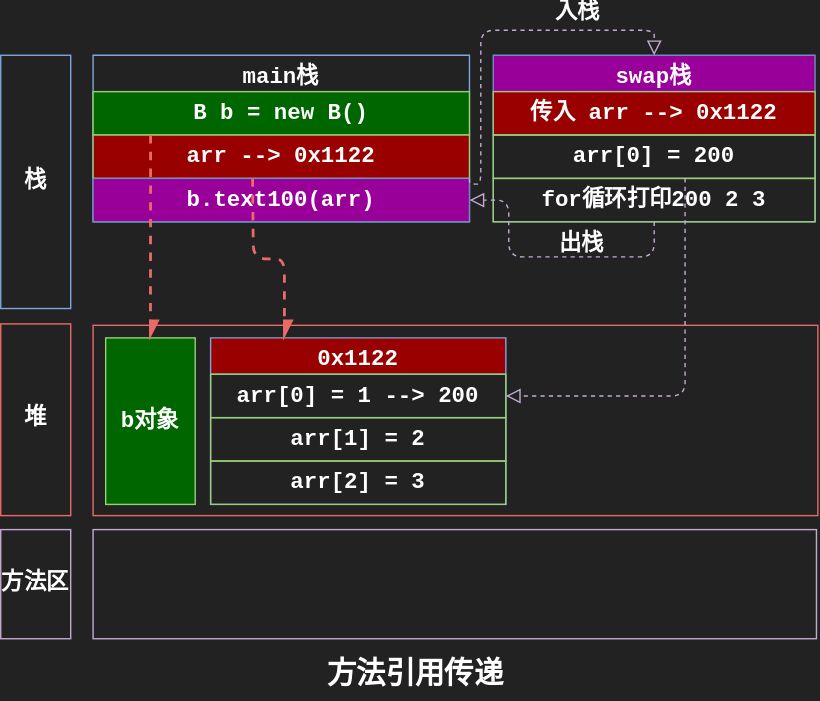
Earlier version of the draw.io export drawio/MethodParameterPassByRef.svg (Stolorzs/Picgo). Source tidied: cells renumbered, new cells last; positions are measured from the earlier drawing's top-left corner, leaving out a move shared by most shapes. Its diagram source:
```xml
<mxGraphModel background="#222222">
  <root>
    <mxCell id="0" />
    <mxCell id="1" parent="0" />
    <mxCell id="2" value="&lt;font color=&quot;#ffffff&quot;&gt;&lt;span style=&quot;font-size: 16px;&quot;&gt;main栈&lt;/span&gt;&lt;/font&gt;" style="swimlane;fontStyle=1;align=center;verticalAlign=top;horizontal=1;startSize=26;whiteSpace=wrap;html=1;fontFamily=Courier New;fontSize=12;fontColor=default;labelBackgroundColor=none;strokeColor=#7EA6E0;fillColor=none;" parent="1" vertex="1">
      <mxGeometry x="66" y="18" width="269" height="119" as="geometry" />
    </mxCell>
    <mxCell id="3" value="&lt;font color=&quot;#ffffff&quot;&gt;&lt;span style=&quot;font-size: 16px;&quot;&gt;B b = new B()&lt;/span&gt;&lt;/font&gt;" style="rounded=0;whiteSpace=wrap;html=1;strokeColor=#97D077;align=center;verticalAlign=top;fontFamily=Courier New;fontSize=12;fontColor=default;fontStyle=1;labelBackgroundColor=none;fillColor=#006600;" parent="2" vertex="1">
      <mxGeometry y="26" width="269" height="31" as="geometry" />
    </mxCell>
    <mxCell id="4" value="&lt;font color=&quot;#ffffff&quot;&gt;&lt;span style=&quot;font-size: 16px;&quot;&gt;arr --&amp;gt; 0x1122&lt;/span&gt;&lt;/font&gt;" style="rounded=0;whiteSpace=wrap;html=1;strokeColor=#97D077;align=center;verticalAlign=top;fontFamily=Courier New;fontSize=12;fontColor=default;fontStyle=1;labelBackgroundColor=none;fillColor=#990000;" parent="2" vertex="1">
      <mxGeometry y="57" width="269" height="31" as="geometry" />
    </mxCell>
    <mxCell id="5" value="&lt;font color=&quot;#ffffff&quot;&gt;&lt;span style=&quot;font-size: 16px;&quot;&gt;b.text100(arr)&lt;/span&gt;&lt;/font&gt;" style="rounded=0;whiteSpace=wrap;html=1;strokeColor=#6c8ebf;align=center;verticalAlign=top;fontFamily=Courier New;fontSize=12;fontStyle=1;labelBackgroundColor=none;fillColor=#990099;" parent="2" vertex="1">
      <mxGeometry y="88" width="269" height="31" as="geometry" />
    </mxCell>
    <mxCell id="6" value="&lt;font color=&quot;#ffffff&quot;&gt;&lt;span style=&quot;font-size: 16px;&quot;&gt;栈&lt;/span&gt;&lt;/font&gt;" style="rounded=0;whiteSpace=wrap;html=1;strokeColor=#7EA6E0;align=center;verticalAlign=middle;fontFamily=Courier New;fontSize=12;fontColor=default;fontStyle=1;labelBackgroundColor=none;fillColor=none;" parent="1" vertex="1">
      <mxGeometry y="18" width="50" height="181" as="geometry" />
    </mxCell>
    <mxCell id="7" value="&lt;font color=&quot;#ffffff&quot;&gt;&lt;span style=&quot;font-size: 16px;&quot;&gt;swap栈&lt;/span&gt;&lt;/font&gt;" style="swimlane;fontStyle=1;align=center;verticalAlign=top;horizontal=1;startSize=26;whiteSpace=wrap;html=1;fontFamily=Courier New;fontSize=12;fontColor=default;labelBackgroundColor=none;strokeColor=#6c8ebf;fillColor=#990099;rounded=0;" parent="1" vertex="1">
      <mxGeometry x="352" y="18" width="230" height="119" as="geometry" />
    </mxCell>
    <mxCell id="8" value="&lt;font color=&quot;#ffffff&quot;&gt;&lt;span style=&quot;font-size: 16px;&quot;&gt;传入 arr --&amp;gt; 0x1122&lt;/span&gt;&lt;/font&gt;" style="rounded=0;whiteSpace=wrap;html=1;strokeColor=#97D077;align=center;verticalAlign=top;fontFamily=Courier New;fontSize=12;fontColor=default;fontStyle=1;labelBackgroundColor=none;fillColor=#990000;" parent="7" vertex="1">
      <mxGeometry y="26" width="230" height="31" as="geometry" />
    </mxCell>
    <mxCell id="9" value="&lt;font color=&quot;#ffffff&quot;&gt;&lt;span style=&quot;font-size: 16px;&quot;&gt;arr[0] = 200&lt;/span&gt;&lt;/font&gt;" style="rounded=0;whiteSpace=wrap;html=1;strokeColor=#97D077;align=center;verticalAlign=top;fontFamily=Courier New;fontSize=12;fontColor=default;fontStyle=1;labelBackgroundColor=none;fillColor=none;" parent="7" vertex="1">
      <mxGeometry y="57" width="230" height="31" as="geometry" />
    </mxCell>
    <mxCell id="10" value="&lt;font color=&quot;#ffffff&quot;&gt;&lt;span style=&quot;font-size: 16px;&quot;&gt;for循环打印200 2 3&lt;/span&gt;&lt;/font&gt;" style="rounded=0;whiteSpace=wrap;html=1;strokeColor=#97D077;align=center;verticalAlign=top;fontFamily=Courier New;fontSize=12;fontColor=default;fontStyle=1;labelBackgroundColor=none;fillColor=none;" parent="7" vertex="1">
      <mxGeometry y="88" width="230" height="31" as="geometry" />
    </mxCell>
    <mxCell id="11" style="edgeStyle=orthogonalEdgeStyle;rounded=1;jettySize=auto;html=1;fontFamily=Courier New;fontSize=12;fontColor=default;fontStyle=1;labelBackgroundColor=none;startSize=8;endSize=8;strokeColor=#C3ABD0;endArrow=block;endFill=0;strokeWidth=1;dashed=1;entryX=0.5;entryY=0;entryDx=0;entryDy=0;curved=0;exitX=1;exitY=0;exitDx=0;exitDy=0;" parent="1" edge="1" source="5" target="7">
      <mxGeometry relative="1" as="geometry">
        <Array as="points">
          <mxPoint x="335" y="110" />
          <mxPoint x="343" y="110" />
          <mxPoint x="343" />
          <mxPoint x="467" />
        </Array>
      </mxGeometry>
    </mxCell>
    <mxCell id="12" style="edgeLabel;html=1;align=center;verticalAlign=middle;fontSize=12;strokeColor=#7EA6E0;fontFamily=Courier New;fontColor=default;fontStyle=1;labelBackgroundColor=none;fillColor=none;" parent="11" vertex="1">
      <mxGeometry x="0.11" y="2" relative="1" as="geometry">
        <mxPoint x="1" as="offset" />
      </mxGeometry>
    </mxCell>
    <mxCell id="13" value="&lt;font color=&quot;#ffffff&quot;&gt;&lt;span style=&quot;font-size: 16px;&quot;&gt;入栈&lt;/span&gt;&lt;/font&gt;" style="edgeLabel;html=1;align=center;verticalAlign=middle;fontSize=12;strokeColor=#7EA6E0;fontFamily=Courier New;fontColor=default;fontStyle=1;labelBackgroundColor=none;fillColor=none;" parent="11" vertex="1">
      <mxGeometry x="0.17" y="10" relative="1" as="geometry">
        <mxPoint x="36" y="-3" as="offset" />
      </mxGeometry>
    </mxCell>
    <mxCell id="14" style="edgeStyle=orthogonalEdgeStyle;shape=connector;curved=0;rounded=1;jettySize=auto;html=1;dashed=1;strokeColor=#C3ABD0;strokeWidth=1;align=center;verticalAlign=middle;fontFamily=Courier New;fontSize=12;fontColor=default;fontStyle=1;labelBackgroundColor=none;startSize=8;endArrow=block;endFill=0;endSize=8;exitX=0.5;exitY=1;exitDx=0;exitDy=0;entryX=1;entryY=0.5;entryDx=0;entryDy=0;" parent="1" edge="1" source="10" target="5">
      <mxGeometry relative="1" as="geometry">
        <Array as="points">
          <mxPoint x="467" y="162" />
          <mxPoint x="363" y="162" />
          <mxPoint x="363" y="122" />
        </Array>
      </mxGeometry>
    </mxCell>
    <mxCell id="15" value="&lt;span style=&quot;color: rgb(255, 255, 255); font-size: 16px;&quot;&gt;出栈&lt;/span&gt;" style="edgeLabel;html=1;align=center;verticalAlign=middle;fontSize=12;strokeColor=#7EA6E0;fontFamily=Courier New;fontColor=default;fontStyle=1;labelBackgroundColor=none;fillColor=none;gradientColor=none;" parent="14" vertex="1">
      <mxGeometry x="-0.25" relative="1" as="geometry">
        <mxPoint x="-4" y="-9" as="offset" />
      </mxGeometry>
    </mxCell>
    <mxCell id="16" value="&lt;div style=&quot;&quot;&gt;&lt;br&gt;&lt;/div&gt;" style="rounded=0;whiteSpace=wrap;html=1;strokeColor=#EA6B66;align=center;verticalAlign=middle;fontFamily=Courier New;fontSize=12;fontColor=default;fontStyle=1;labelBackgroundColor=none;fillColor=none;" parent="1" vertex="1">
      <mxGeometry x="66" y="211" width="518" height="136" as="geometry" />
    </mxCell>
    <mxCell id="17" value="&lt;font color=&quot;#ffffff&quot;&gt;&lt;span style=&quot;font-size: 16px;&quot;&gt;堆&lt;/span&gt;&lt;/font&gt;" style="rounded=0;whiteSpace=wrap;html=1;strokeColor=#EA6B66;align=center;verticalAlign=middle;fontFamily=Courier New;fontSize=12;fontColor=default;fontStyle=1;labelBackgroundColor=none;fillColor=none;" parent="1" vertex="1">
      <mxGeometry y="210" width="50" height="137" as="geometry" />
    </mxCell>
    <mxCell id="18" value="&lt;span style=&quot;color: rgb(255, 255, 255); font-size: 16px;&quot;&gt;b对象&lt;/span&gt;" style="rounded=0;whiteSpace=wrap;html=1;strokeColor=#97D077;align=center;verticalAlign=middle;fontFamily=Courier New;fontSize=12;fontStyle=1;labelBackgroundColor=none;fillColor=#006600;fontColor=default;" parent="1" vertex="1">
      <mxGeometry x="75" y="220" width="64" height="119" as="geometry" />
    </mxCell>
    <mxCell id="19" value="&lt;font color=&quot;#ffffff&quot;&gt;&lt;span style=&quot;font-size: 16px;&quot;&gt;方法区&lt;/span&gt;&lt;/font&gt;" style="rounded=0;whiteSpace=wrap;html=1;strokeColor=#C3ABD0;align=center;verticalAlign=middle;fontFamily=Courier New;fontSize=12;fontColor=default;fontStyle=1;labelBackgroundColor=none;fillColor=none;" parent="1" vertex="1">
      <mxGeometry y="357" width="50" height="78" as="geometry" />
    </mxCell>
    <mxCell id="20" style="rounded=0;whiteSpace=wrap;html=1;strokeColor=#C3ABD0;align=center;verticalAlign=middle;fontFamily=Courier New;fontSize=12;fontColor=default;fontStyle=1;labelBackgroundColor=none;fillColor=none;" parent="1" vertex="1">
      <mxGeometry x="66" y="357" width="517" height="78" as="geometry" />
    </mxCell>
    <mxCell id="21" style="edgeStyle=orthogonalEdgeStyle;shape=connector;curved=0;rounded=1;jettySize=auto;html=1;entryX=0.5;entryY=0;entryDx=0;entryDy=0;dashed=1;strokeColor=#EA6B66;strokeWidth=2;align=center;verticalAlign=middle;fontFamily=Courier New;fontSize=12;fontColor=default;fontStyle=1;labelBackgroundColor=none;startSize=8;endArrow=async;endFill=1;endSize=8;" parent="1" edge="1" source="3" target="18">
      <mxGeometry relative="1" as="geometry">
        <Array as="points">
          <mxPoint x="107" y="117" />
          <mxPoint x="107" y="117" />
        </Array>
      </mxGeometry>
    </mxCell>
    <mxCell id="22" value="&lt;font color=&quot;#ffffff&quot;&gt;&lt;span style=&quot;font-size: 21px;&quot;&gt;方法引用传递&lt;/span&gt;&lt;/font&gt;" style="text;html=1;align=center;verticalAlign=middle;strokeColor=none;fillColor=none;fontSize=12;fontFamily=Courier New;fontColor=default;fontStyle=1;labelBackgroundColor=none;" parent="1" vertex="1">
      <mxGeometry x="224" y="442" width="144" height="37" as="geometry" />
    </mxCell>
    <mxCell id="23" value="&lt;font color=&quot;#ffffff&quot;&gt;&lt;span style=&quot;font-size: 16px;&quot;&gt;0x1122&lt;/span&gt;&lt;/font&gt;" style="swimlane;fontStyle=1;align=center;verticalAlign=top;horizontal=1;startSize=26;whiteSpace=wrap;html=1;fontFamily=Courier New;fontSize=12;fontColor=default;labelBackgroundColor=none;strokeColor=#7EA6E0;fillColor=#990000;" parent="1" vertex="1">
      <mxGeometry x="150" y="220" width="211" height="119" as="geometry" />
    </mxCell>
    <mxCell id="24" value="&lt;font color=&quot;#ffffff&quot;&gt;&lt;span style=&quot;font-size: 16px;&quot;&gt;arr[0] = 1 --&amp;gt; 200&lt;/span&gt;&lt;/font&gt;" style="rounded=0;whiteSpace=wrap;html=1;strokeColor=#97D077;align=center;verticalAlign=top;fontFamily=Courier New;fontSize=12;fontColor=default;fontStyle=1;labelBackgroundColor=none;fillColor=none;" parent="23" vertex="1">
      <mxGeometry y="26" width="211" height="31" as="geometry" />
    </mxCell>
    <mxCell id="25" value="&lt;font color=&quot;#ffffff&quot;&gt;&lt;span style=&quot;font-size: 16px;&quot;&gt;arr[1] = 2&lt;/span&gt;&lt;/font&gt;" style="rounded=0;whiteSpace=wrap;html=1;strokeColor=#97D077;align=center;verticalAlign=top;fontFamily=Courier New;fontSize=12;fontColor=default;fontStyle=1;labelBackgroundColor=none;fillColor=none;" parent="23" vertex="1">
      <mxGeometry y="57" width="211" height="31" as="geometry" />
    </mxCell>
    <mxCell id="26" value="&lt;font color=&quot;#ffffff&quot;&gt;&lt;span style=&quot;font-size: 16px;&quot;&gt;arr[2] = 3&lt;/span&gt;&lt;/font&gt;" style="rounded=0;whiteSpace=wrap;html=1;strokeColor=#97D077;align=center;verticalAlign=top;fontFamily=Courier New;fontSize=12;fontColor=default;fontStyle=1;labelBackgroundColor=none;fillColor=none;" parent="23" vertex="1">
      <mxGeometry y="88" width="211" height="31" as="geometry" />
    </mxCell>
    <mxCell id="27" style="edgeStyle=orthogonalEdgeStyle;shape=connector;curved=0;rounded=1;jettySize=auto;html=1;dashed=1;strokeColor=#EA6B66;strokeWidth=2;align=center;verticalAlign=middle;fontFamily=Courier New;fontSize=12;fontColor=default;fontStyle=1;labelBackgroundColor=none;startSize=8;endArrow=async;endFill=1;endSize=8;entryX=0.25;entryY=0;entryDx=0;entryDy=0;" parent="1" edge="1" target="23">
      <mxGeometry relative="1" as="geometry">
        <mxPoint x="180" y="106" as="sourcePoint" />
      </mxGeometry>
    </mxCell>
    <mxCell id="28" style="edgeStyle=orthogonalEdgeStyle;shape=connector;curved=0;rounded=1;jettySize=auto;html=1;entryX=1;entryY=0.5;entryDx=0;entryDy=0;dashed=1;strokeColor=#C3ABD0;strokeWidth=1;align=center;verticalAlign=middle;fontFamily=Courier New;fontSize=12;fontColor=default;fontStyle=1;labelBackgroundColor=none;startSize=8;endArrow=block;endFill=0;endSize=8;" parent="1" edge="1" source="9" target="24">
      <mxGeometry relative="1" as="geometry">
        <Array as="points">
          <mxPoint x="489" y="262" />
        </Array>
      </mxGeometry>
    </mxCell>
  </root>
</mxGraphModel>
```
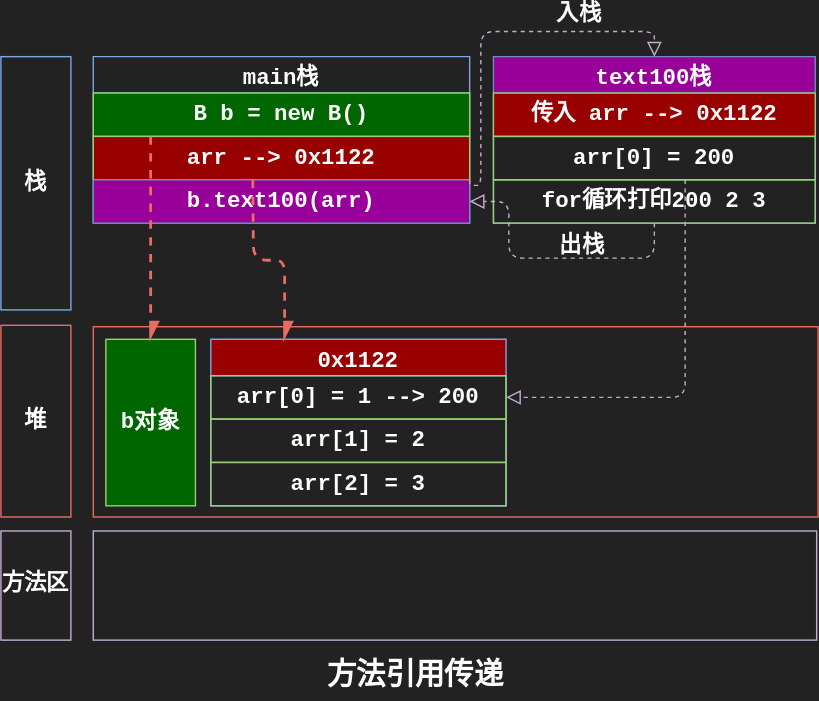
Above is the later version.

Change to the diagram source:
```diff
@@ -17,7 +17,7 @@
     <mxCell id="6" value="&lt;font color=&quot;#ffffff&quot;&gt;&lt;span style=&quot;font-size: 16px;&quot;&gt;栈&lt;/span&gt;&lt;/font&gt;" style="rounded=0;whiteSpace=wrap;html=1;strokeColor=#7EA6E0;align=center;verticalAlign=middle;fontFamily=Courier New;fontSize=12;fontColor=default;fontStyle=1;labelBackgroundColor=none;fillColor=none;" parent="1" vertex="1">
       <mxGeometry y="18" width="50" height="181" as="geometry" />
     </mxCell>
-    <mxCell id="7" value="&lt;font color=&quot;#ffffff&quot;&gt;&lt;span style=&quot;font-size: 16px;&quot;&gt;swap栈&lt;/span&gt;&lt;/font&gt;" style="swimlane;fontStyle=1;align=center;verticalAlign=top;horizontal=1;startSize=26;whiteSpace=wrap;html=1;fontFamily=Courier New;fontSize=12;fontColor=default;labelBackgroundColor=none;strokeColor=#6c8ebf;fillColor=#990099;rounded=0;" parent="1" vertex="1">
+    <mxCell id="7" value="&lt;font color=&quot;#ffffff&quot;&gt;&lt;span style=&quot;font-size: 16px;&quot;&gt;text100栈&lt;/span&gt;&lt;/font&gt;" style="swimlane;fontStyle=1;align=center;verticalAlign=top;horizontal=1;startSize=26;whiteSpace=wrap;html=1;fontFamily=Courier New;fontSize=12;fontColor=default;labelBackgroundColor=none;strokeColor=#6c8ebf;fillColor=#990099;rounded=0;" parent="1" vertex="1">
       <mxGeometry x="352" y="18" width="230" height="119" as="geometry" />
     </mxCell>
     <mxCell id="8" value="&lt;font color=&quot;#ffffff&quot;&gt;&lt;span style=&quot;font-size: 16px;&quot;&gt;传入 arr --&amp;gt; 0x1122&lt;/span&gt;&lt;/font&gt;" style="rounded=0;whiteSpace=wrap;html=1;strokeColor=#97D077;align=center;verticalAlign=top;fontFamily=Courier New;fontSize=12;fontColor=default;fontStyle=1;labelBackgroundColor=none;fillColor=#990000;" parent="7" vertex="1">
```
